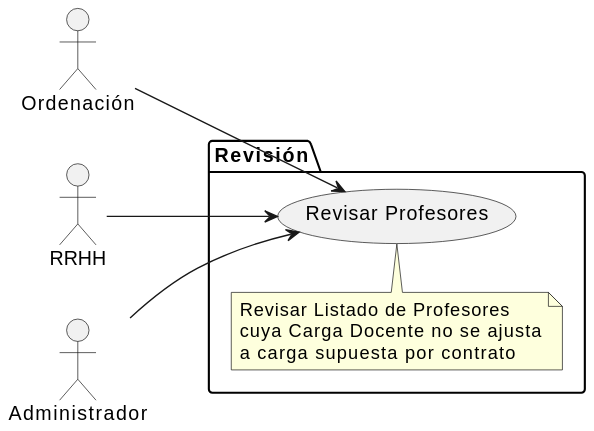
Above: images/modelosUML/CdU/Individuales/RevisarListadoProfesores.svg in mmasias/24-25-IdSw1-SDR (PlantUML), before the change.
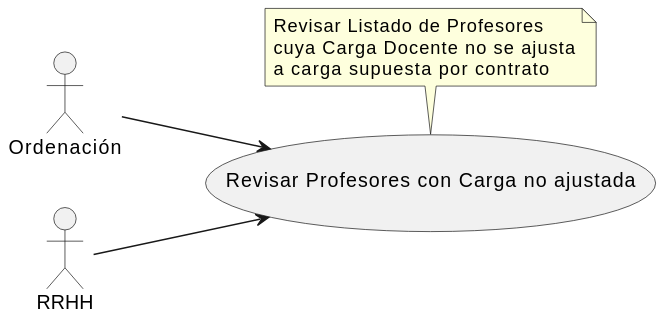
The same diagram one commit later.

The edit, as a diff of the source:
```diff
@@ -3,18 +3,14 @@
 
 actor "Ordenación" as ord
 actor "RRHH" as rrhh
-actor "Administrador" as admin
 
-package "Revisión" as revisionPackage {
-    usecase "Revisar Profesores" as revisarCarga
-    note top of revisarCarga
-        Revisar Listado de Profesores
-        cuya Carga Docente no se ajusta
-        a carga supuesta por contrato
-    end note
-}
+usecase "Revisar Profesores con Carga no ajustada" as revisarCarga
+note top of revisarCarga
+    Revisar Listado de Profesores
+    cuya Carga Docente no se ajusta
+    a carga supuesta por contrato
+end note
 
 ord --> revisarCarga
 rrhh --> revisarCarga
-admin --> revisarCarga
 @enduml
```
